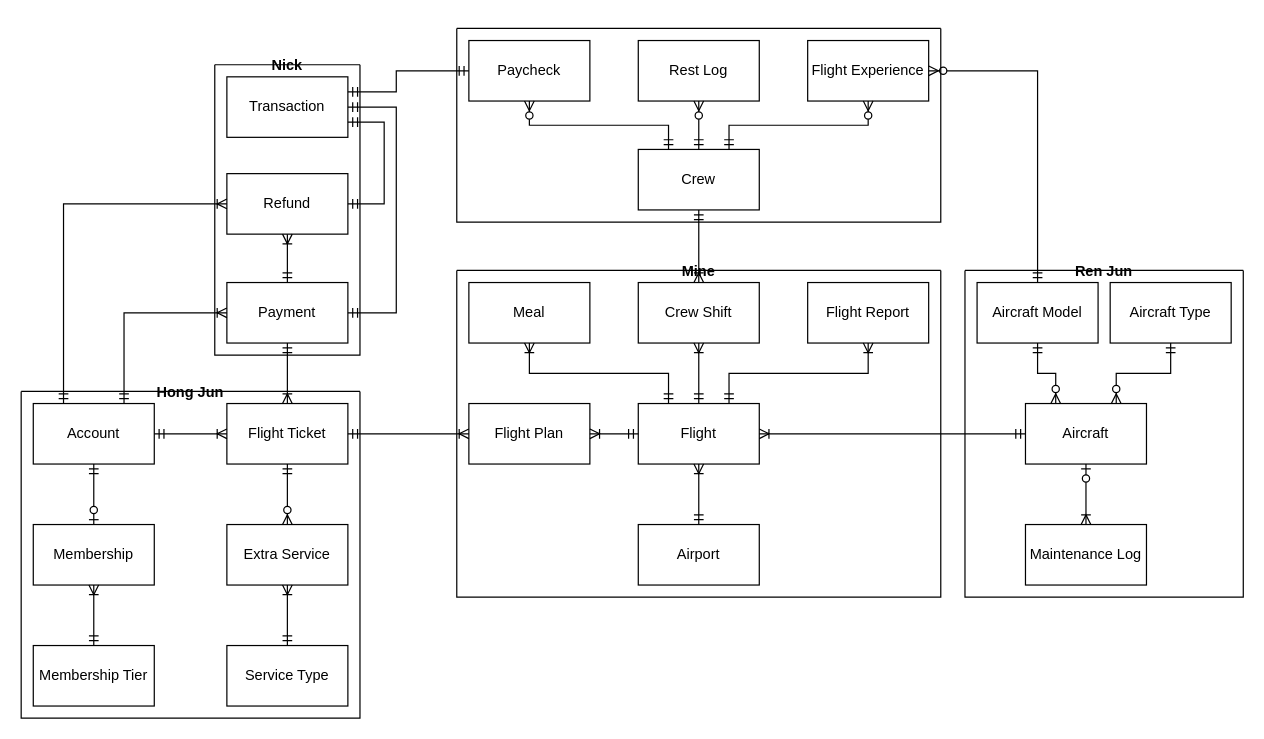
This is erd.drawio from Poleric/database-design-assignment, a draw.io file, before an edit. Source tidied: cells renumbered, new cells numbered last; positions are measured from the earlier drawing's top-left corner, leaving out a move shared by most shapes. Both pictures are drawn from the tidied source at 121%, with x=0, y=0 at pixel (21, 28).
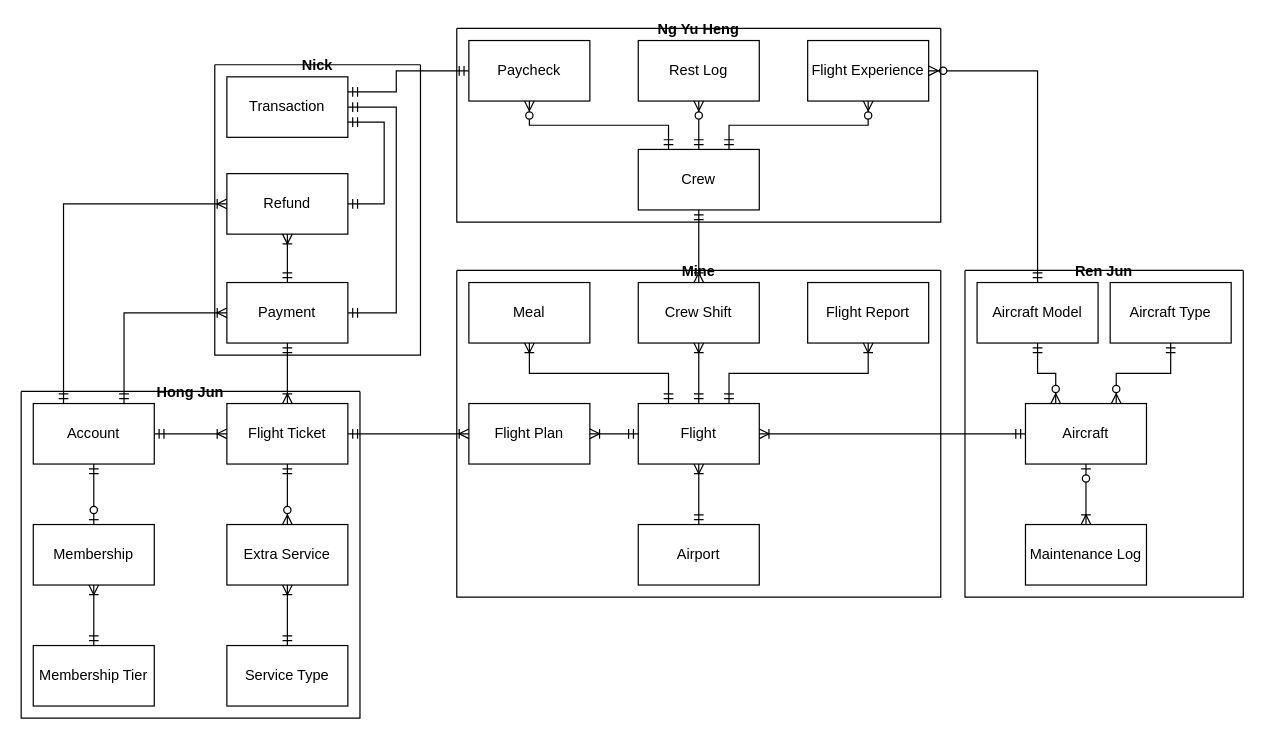
The same page after the edit.

Commit message:
resize bar

The edit, as a diff of the source:
```diff
@@
     <mxCell id="55" value="Nick" style="swimlane;startSize=0;" parent="1" vertex="1">
-      <mxGeometry x="160" y="30" width="120" height="240" as="geometry" />
+      <mxGeometry x="160" y="30" width="170" height="240" as="geometry" />
     </mxCell>
-    <mxCell id="56" style="swimlane;startSize=0;" parent="1" vertex="1">
+    <mxCell id="56" value="Ng Yu Heng" style="swimlane;startSize=0;" parent="1" vertex="1">
       <mxGeometry x="360" width="400" height="160" as="geometry" />
     </mxCell>
```
